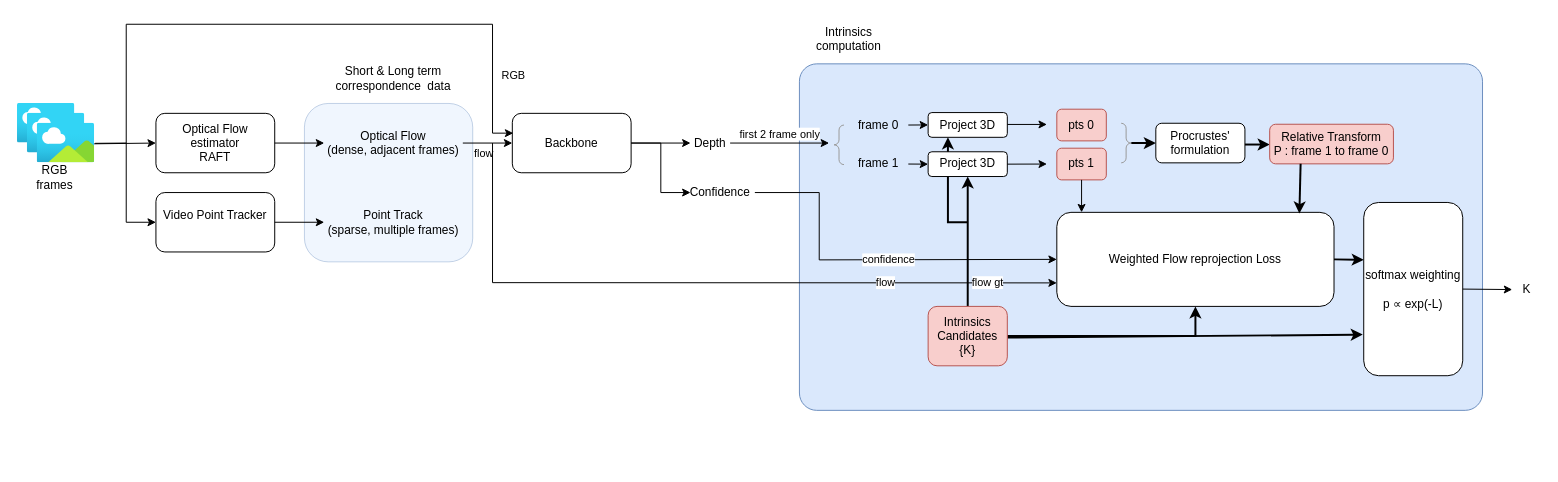
This is flowmap.drawio from infinity1096/CV-network-fulltrace, a draw.io file, before an edit. Source tidied: cells renumbered, new cells numbered last; positions are measured from the earlier drawing's top-left corner, leaving out a move shared by most shapes. Both pictures are drawn from the tidied source at 99%, with x=0, y=0 at pixel (17, 24).
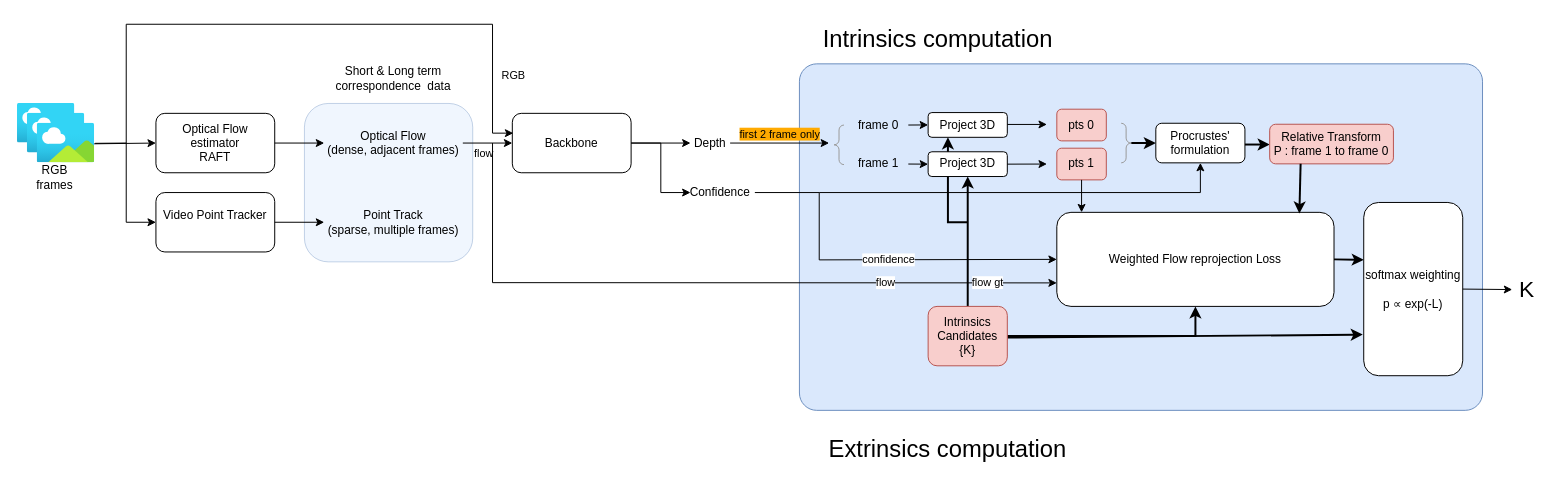
Above is the later version.

The change refers to these unchanged cells:
```xml
<mxCell id="28" style="endArrow=classic;html=1;rounded=0;exitX=1;exitY=0.5;exitDx=0;exitDy=0;" parent="1" edge="1" source="24">
  <mxGeometry relative="1" as="geometry">
    <mxPoint x="820" y="120" as="targetPoint" />
  </mxGeometry>
</mxCell>
<mxCell id="43" value="Procrustes' formulation" style="rounded=1;whiteSpace=wrap;html=1;" parent="1" vertex="1">
  <mxGeometry x="1150" y="100" width="90" height="40" as="geometry" />
</mxCell>
```

Change to the diagram source:
```diff
@@
-    <mxCell id="27" value="Intrinsics computation" style="text;html=1;align=center;verticalAlign=middle;whiteSpace=wrap;rounded=0;" parent="1" vertex="1">
-      <mxGeometry x="810" width="60" height="30" as="geometry" />
+    <mxCell id="27" value="&lt;font style=&quot;font-size: 24px;&quot;&gt;Intrinsics computation&lt;/font&gt;" style="text;html=1;align=center;verticalAlign=middle;whiteSpace=wrap;rounded=0;" parent="1" vertex="1">
+      <mxGeometry x="810" width="240" height="30" as="geometry" />
     </mxCell>
@@
-    <mxCell id="29" value="first 2 frame only" style="edgeLabel;html=1;align=center;verticalAlign=middle;" parent="28" vertex="1">
+    <mxCell id="29" value="first 2 frame only" style="edgeLabel;html=1;align=center;verticalAlign=middle;labelBackgroundColor=#ffaa00;" parent="28" vertex="1">
       <mxGeometry x="0.15" y="1" relative="1" as="geometry">
         <mxPoint x="-8" y="-9" as="offset" />
       </mxGeometry>
     </mxCell>
@@
-    <mxCell id="61" value="K" style="text;html=1;align=center;verticalAlign=middle;whiteSpace=wrap;rounded=0;" parent="1" vertex="1">
+    <mxCell id="61" value="&lt;font style=&quot;font-size: 23px;&quot;&gt;K&lt;/font&gt;" style="text;html=1;align=center;verticalAlign=middle;whiteSpace=wrap;rounded=0;" parent="1" vertex="1">
       <mxGeometry x="1510" y="252.5" width="30" height="30" as="geometry" />
     </mxCell>
+    <mxCell id="62" value="&lt;font style=&quot;font-size: 24px;&quot;&gt;Extrinsics computation&lt;/font&gt;" style="text;html=1;align=center;verticalAlign=middle;whiteSpace=wrap;rounded=0;" parent="1" vertex="1">
+      <mxGeometry x="810" y="415" width="260" height="30" as="geometry" />
+    </mxCell>
+    <mxCell id="63" style="endArrow=classic;html=1;rounded=0;entryX=0.5;entryY=1;entryDx=0;entryDy=0;" parent="1" edge="1" target="43">
+      <mxGeometry relative="1" as="geometry">
+        <mxPoint x="810" y="170" as="sourcePoint" />
+        <Array as="points">
+          <mxPoint x="1195" y="170" />
+        </Array>
+      </mxGeometry>
+    </mxCell>
```
